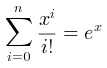
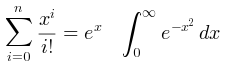
@startmath
- \sum_{i=0}^{n} \frac{x^i}{i!} = e^x
+ \begin{pmatrix} \alpha & \beta \\ \gamma & \delta \end{pmatrix}
+ \sum_{i=0}^{n} \frac{x^i}{i!} = e^x \quad \int_{0}^{\infty} e^{-x^2} dx
@endmath
